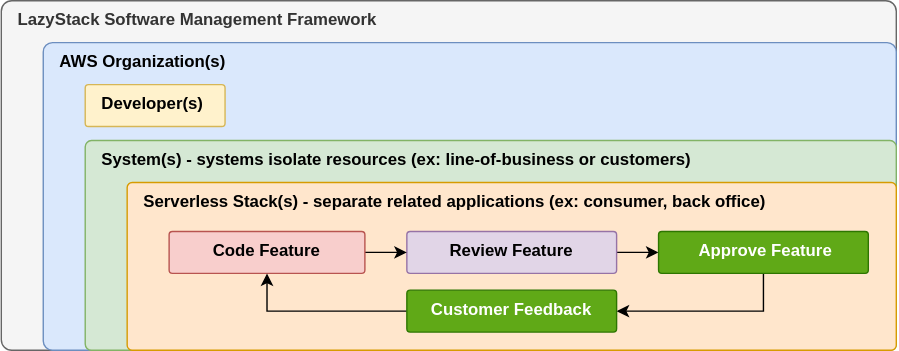
Before: docs/assets/img/LazyStackSMFSetup10.svg, a diagram exported from draw.io (InSciCo/InSciCo). Source tidied: cells renumbered, new cells last; positions are measured from the earlier drawing's top-left corner, leaving out a move shared by most shapes.
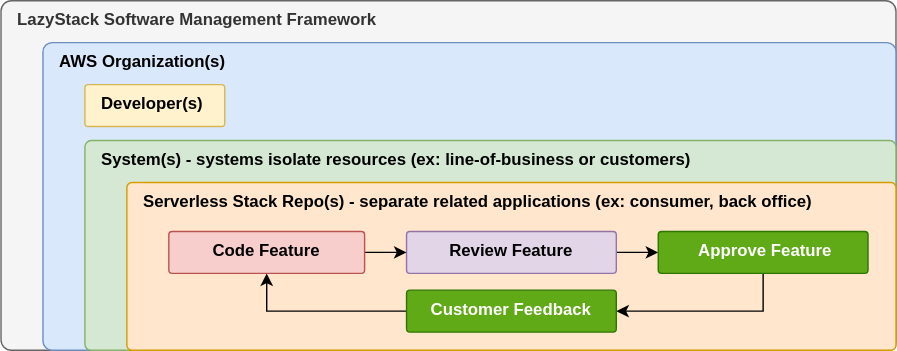
Above is the later version.

Diff of the diagram source:
```diff
@@ -11,7 +11,7 @@
     <mxCell id="4" value="&lt;b&gt;System(s) - systems isolate resources (ex: line-of-business or customers)&lt;/b&gt;" style="rounded=1;whiteSpace=wrap;html=1;verticalAlign=top;arcSize=3;fillColor=#d5e8d4;strokeColor=#82b366;align=left;spacingLeft=10;" parent="1" vertex="1">
       <mxGeometry x="60" y="100" width="580" height="150" as="geometry" />
     </mxCell>
-    <mxCell id="5" value="&lt;b&gt;Serverless Stack(s) - separate related applications (ex: consumer, back office)&lt;/b&gt;" style="rounded=1;whiteSpace=wrap;html=1;verticalAlign=top;arcSize=3;fillColor=#ffe6cc;strokeColor=#d79b00;align=left;spacingLeft=10;" parent="1" vertex="1">
+    <mxCell id="5" value="&lt;b&gt;Serverless Stack Repo(s) - separate related applications (ex: consumer, back office)&lt;/b&gt;" style="rounded=1;whiteSpace=wrap;html=1;verticalAlign=top;arcSize=3;fillColor=#ffe6cc;strokeColor=#d79b00;align=left;spacingLeft=10;" parent="1" vertex="1">
       <mxGeometry x="90" y="130" width="550" height="120" as="geometry" />
     </mxCell>
     <mxCell id="6" style="edgeStyle=orthogonalEdgeStyle;rounded=0;jettySize=auto;html=1;exitX=1;exitY=0.5;exitDx=0;exitDy=0;entryX=0;entryY=0.5;entryDx=0;entryDy=0;" parent="1" edge="1" source="7" target="11">
```
